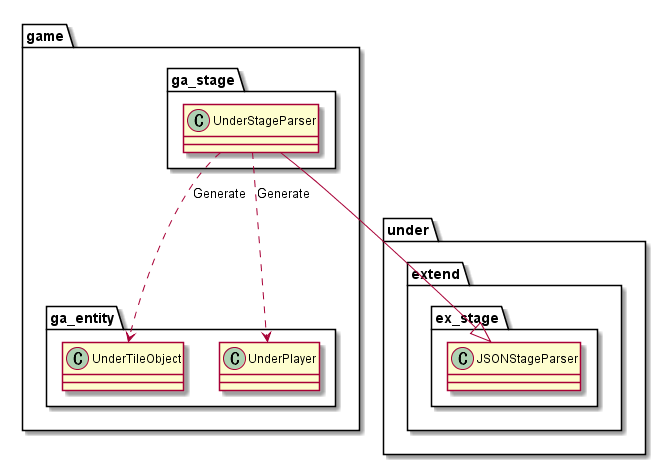
Expine/Under keeps this PlantUML diagram as out/uml/stage/Game/StageGame.png. Above is the earlier version.
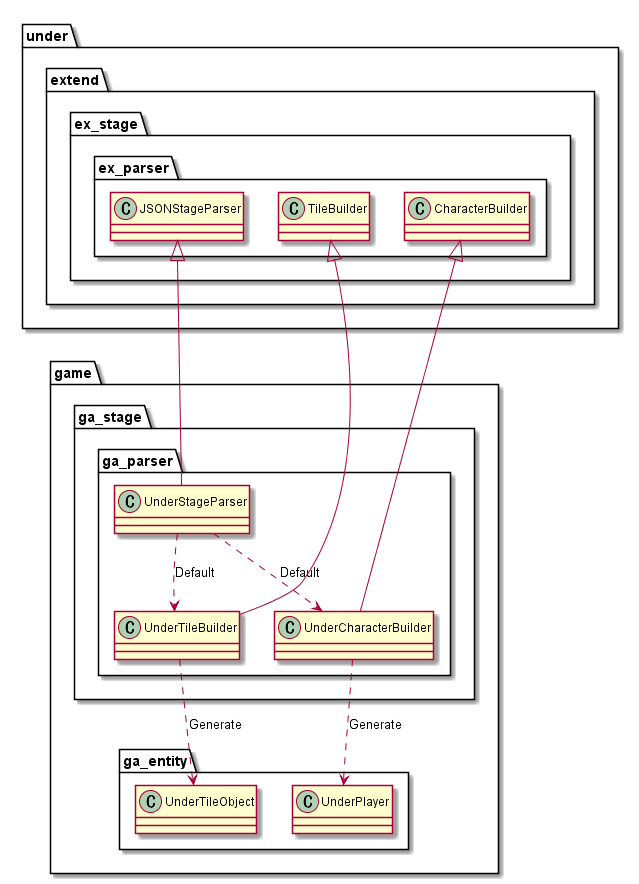
The same diagram one commit later.

Change to the diagram source:
```diff
@@ -2,7 +2,11 @@
 
 package game {
     package ga_stage {
-        class UnderStageParser
+        package ga_parser {
+            class UnderStageParser
+            class UnderTileBuilder
+            class UnderCharacterBuilder
+        }
     }
 }
 
@@ -16,14 +20,22 @@
 package under {
     package extend {
         package ex_stage {
-            class JSONStageParser
+            package ex_parser {
+                class JSONStageParser
+                class TileBuilder
+                class CharacterBuilder
+            }
         }
     }
 }
 
-UnderStageParser ..> UnderTileObject : Generate
-UnderStageParser ..> UnderPlayer : Generate
+UnderStageParser ..> UnderTileBuilder : "Default"
+UnderStageParser ..> UnderCharacterBuilder : "Default"
+UnderTileBuilder ..> UnderTileObject : Generate
+UnderCharacterBuilder ..> UnderPlayer : Generate
 
-UnderStageParser --|> JSONStageParser
+JSONStageParser <|-- UnderStageParser
+TileBuilder <|-- UnderTileBuilder
+CharacterBuilder <|-- UnderCharacterBuilder
 
 @enduml
```
